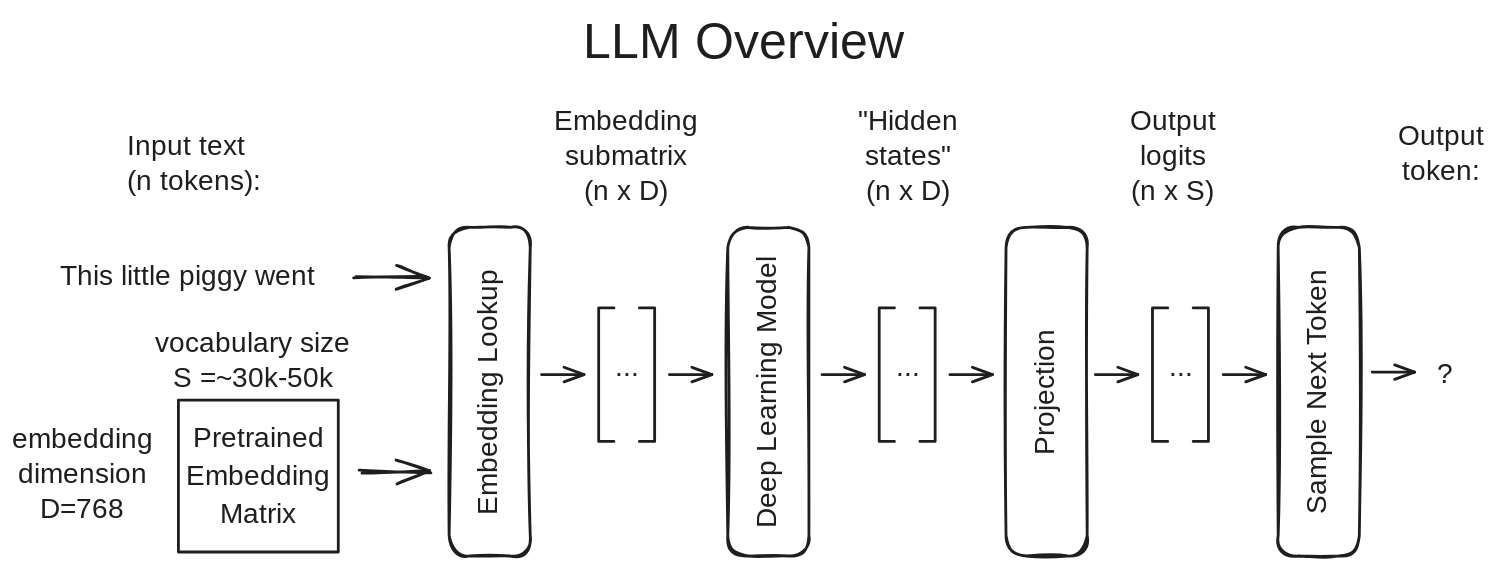
This is assets/images/llm_overview.excalidraw.svg from bu-bioinfo-comp-workshops/bu-bioinfo-comp-workshops.github.io, a Excalidraw export, as it was before one commit. Source tidied: one line per element, renumbered; positions are measured from the earlier drawing's top-left corner, leaving out a move shared by most shapes.
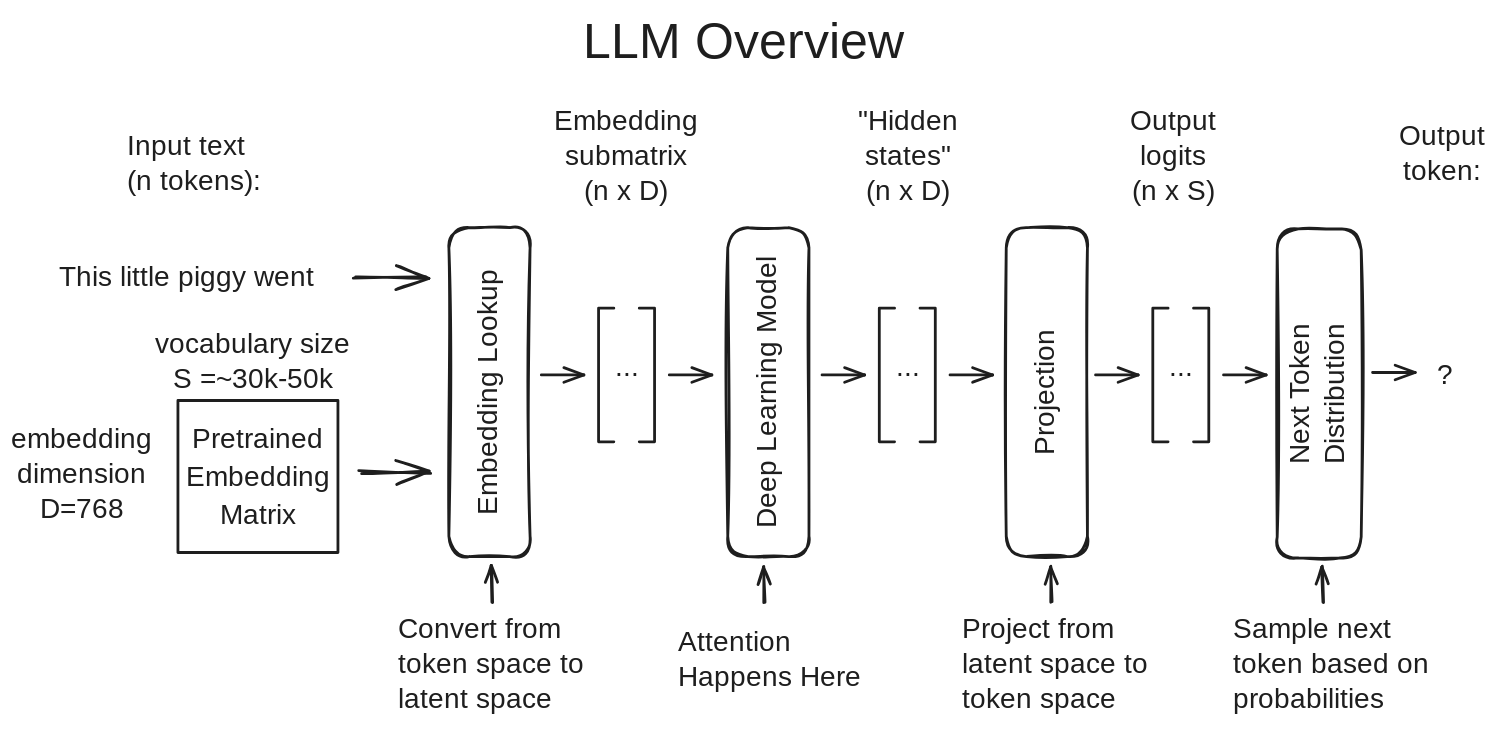
Above is the later version.

Commit message:
updated figures for llm primer, fixed some links

What changed in the source:
```diff
@@ -16,8 +16,8 @@
 {"id": 15, "type": "text", "text": "embedding\ndimension\nD=768", "strokeColor": "#1e1e1e", "strokeWidth": 2, "roughness": 0, "fontSize": 20, "fontFamily": 5, "textAlign": "center", "x": 0, "y": 292, "width": 97, "height": 75}
 {"id": 16, "type": "text", "text": "\"Hidden\nstates\"\n(n x D)", "strokeColor": "#1e1e1e", "strokeWidth": 2, "roughness": 1, "fontSize": 20, "fontFamily": 5, "textAlign": "center", "x": 602, "y": 66, "width": 74, "height": 75}
 {"id": 17, "type": "text", "text": "Output\nlogits\n(n x S)", "strokeColor": "#1e1e1e", "strokeWidth": 2, "roughness": 1, "fontSize": 20, "fontFamily": 5, "textAlign": "center", "x": 793, "y": 66, "width": 70, "height": 75}
-{"id": 18, "type": "rectangle", "strokeColor": "#1e1e1e", "angle": 4.71, "strokeWidth": 2, "roughness": 1, "round": true, "x": 815, "y": 241, "width": 235, "height": 58}
+{"id": 18, "type": "rectangle", "strokeColor": "#1e1e1e", "angle": 4.71, "strokeWidth": 2, "roughness": 1, "round": true, "x": 815, "y": 241, "width": 235, "height": 60}
-{"id": 19, "type": "text", "text": "Sample Next Token", "strokeColor": "#1e1e1e", "angle": 4.71, "strokeWidth": 2, "roughness": 1, "fontSize": 20, "fontFamily": 5, "textAlign": "center", "verticalAlign": "middle", "inside": 18, "x": 840, "y": 257, "width": 185, "height": 25}
+{"id": 19, "type": "text", "text": "Next Token\nDistribution", "strokeColor": "#1e1e1e", "angle": 4.71, "strokeWidth": 2, "roughness": 1, "fontSize": 20, "fontFamily": 5, "textAlign": "center", "verticalAlign": "middle", "inside": 18, "x": 874, "y": 246, "width": 116, "height": 50}
 {"id": 20, "type": "arrow", "strokeColor": "#1e1e1e", "strokeWidth": 2, "roughness": 1, "endArrowhead": "arrow", "round": true, "x": 246, "y": 327, "width": 51, "height": 0, "points": [[0, 0], [51, 0]]}
 {"id": 21, "type": "arrow", "strokeColor": "#1e1e1e", "strokeWidth": 2, "roughness": 0, "endArrowhead": "arrow", "round": true, "x": 377, "y": 258, "width": 30, "height": 0, "points": [[0, 0], [30, 0]]}
 {"id": 22, "type": "line", "strokeColor": "#1e1e1e", "strokeWidth": 2, "roughness": 0, "x": 428, "y": 210, "width": 11, "height": 95, "points": [[0, 0], [-11, 0], [-11, 95], [0, 95]]}
@@ -36,3 +36,11 @@
 {"id": 35, "type": "arrow", "strokeColor": "#1e1e1e", "strokeWidth": 2, "roughness": 0, "endArrowhead": "arrow", "round": true, "x": 864, "y": 258, "width": 30, "height": 0, "points": [[0, 0], [30, 0]]}
 {"id": 36, "type": "arrow", "strokeColor": "#1e1e1e", "strokeWidth": 2, "roughness": 0, "endArrowhead": "arrow", "round": true, "x": 970, "y": 256, "width": 30, "height": 0, "points": [[0, 0], [30, 0]]}
 {"id": 37, "type": "text", "text": "LLM Overview", "strokeColor": "#1e1e1e", "strokeWidth": 2, "roughness": 1, "fontSize": 36, "fontFamily": 5, "x": 407, "y": 0, "width": 234, "height": 45}
+{"id": 38, "type": "text", "text": "Attention\nHappens Here", "strokeColor": "#1e1e1e", "strokeWidth": 2, "roughness": 1, "fontSize": 20, "fontFamily": 5, "x": 474, "y": 438, "width": 125, "height": 50}
+{"id": 39, "type": "arrow", "strokeColor": "#1e1e1e", "strokeWidth": 2, "roughness": 1, "endArrowhead": "arrow", "round": true, "from": 38, "to": 3, "x": 536, "y": 420, "width": 1, "height": 26, "points": [[0, 0], [-1, -26]]}
+{"id": 40, "type": "text", "text": "Project from\nlatent space to\ntoken space", "strokeColor": "#1e1e1e", "strokeWidth": 2, "roughness": 1, "fontSize": 20, "fontFamily": 5, "x": 677, "y": 428, "width": 152, "height": 75}
+{"id": 41, "type": "text", "text": "Convert from\ntoken space to\nlatent space", "strokeColor": "#1e1e1e", "strokeWidth": 2, "roughness": 1, "fontSize": 20, "fontFamily": 5, "x": 275, "y": 428, "width": 148, "height": 75}
+{"id": 42, "type": "arrow", "strokeColor": "#1e1e1e", "strokeWidth": 2, "roughness": 1, "endArrowhead": "arrow", "round": true, "x": 342, "y": 420, "width": 1, "height": 26, "points": [[0, 0], [-1, -26]]}
+{"id": 43, "type": "arrow", "strokeColor": "#1e1e1e", "strokeWidth": 2, "roughness": 1, "endArrowhead": "arrow", "round": true, "x": 741, "y": 420, "width": 1, "height": 26, "points": [[0, 0], [-1, -26]]}
+{"id": 44, "type": "arrow", "strokeColor": "#1e1e1e", "strokeWidth": 2, "roughness": 1, "endArrowhead": "arrow", "round": true, "x": 935, "y": 420, "width": 1, "height": 26, "points": [[0, 0], [-1, -26]]}
+{"id": 45, "type": "text", "text": "Sample next\ntoken based on\nprobabilities", "strokeColor": "#1e1e1e", "strokeWidth": 2, "roughness": 1, "fontSize": 20, "fontFamily": 5, "x": 871, "y": 428, "width": 150, "height": 75}
```
